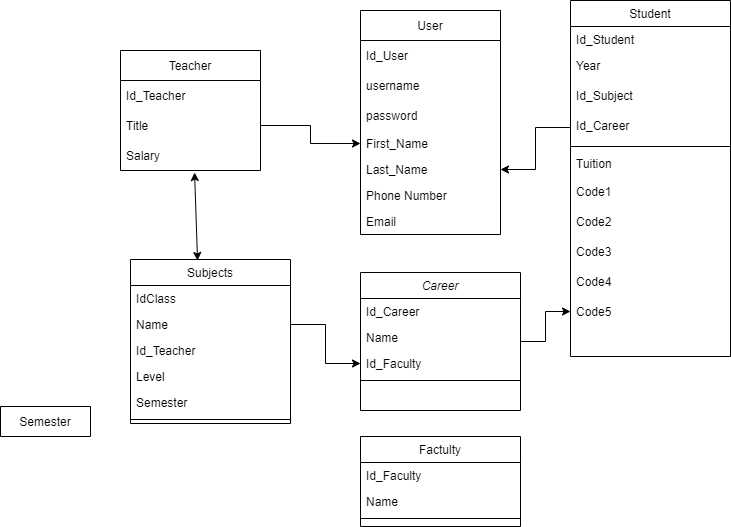
Earlier version of the draw.io export Untitled Diagram.drawio.png (GuilleAlvarado/draw). Source tidied: cells renumbered, new cells last; positions are measured from the earlier drawing's top-left corner, leaving out a move shared by most shapes.
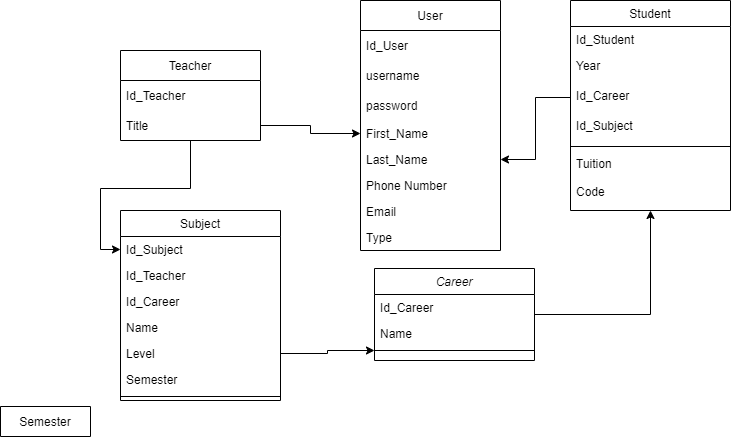
The same diagram one commit later.

What changed in the source:
```diff
@@ -2,11 +2,11 @@
   <root>
     <mxCell id="0" />
     <mxCell id="1" parent="0" />
-    <mxCell id="2" style="edgeStyle=orthogonalEdgeStyle;rounded=0;jettySize=auto;html=1;" parent="1" edge="1" source="3" target="30">
+    <mxCell id="2" style="edgeStyle=orthogonalEdgeStyle;rounded=0;jettySize=auto;html=1;entryX=0.5;entryY=1;entryDx=0;entryDy=0;" parent="1" edge="1" source="3" target="19">
       <mxGeometry relative="1" as="geometry" />
     </mxCell>
     <mxCell id="3" value="Career" style="swimlane;fontStyle=2;align=center;verticalAlign=top;horizontal=1;startSize=26;rounded=0;shadow=0;strokeWidth=1;" parent="1" vertex="1">
-      <mxGeometry x="360" y="272" width="160" height="138" as="geometry" />
+      <mxGeometry x="374" y="268" width="160" height="92" as="geometry" />
     </mxCell>
     <mxCell id="4" value="Id_Career" style="text;align=left;verticalAlign=top;spacingLeft=4;spacingRight=4;overflow=hidden;" parent="3" vertex="1">
       <mxGeometry y="26" width="160" height="26" as="geometry" />
@@ -14,47 +14,35 @@
     <mxCell id="5" value="Name" style="text;align=left;verticalAlign=top;spacingLeft=4;spacingRight=4;overflow=hidden;rounded=0;shadow=0;html=0;" parent="3" vertex="1">
       <mxGeometry y="52" width="160" height="26" as="geometry" />
     </mxCell>
-    <mxCell id="6" value="Id_Faculty" style="text;align=left;verticalAlign=top;spacingLeft=4;spacingRight=4;overflow=hidden;points=[[0,0.5],[1,0.5]];portConstraint=eastwest;rounded=0;shadow=0;html=0;" parent="3" vertex="1">
-      <mxGeometry y="78" width="160" height="26" as="geometry" />
-    </mxCell>
     <mxCell id="7" style="line;html=1;strokeWidth=1;align=left;verticalAlign=middle;spacingTop=-1;spacingLeft=3;spacingRight=3;labelPosition=right;points=[];portConstraint=eastwest;" parent="3" vertex="1">
-      <mxGeometry y="104" width="160" height="8" as="geometry" />
+      <mxGeometry y="78" width="160" height="8" as="geometry" />
     </mxCell>
-    <mxCell id="8" value="Factulty" style="swimlane;fontStyle=0;align=center;verticalAlign=top;horizontal=1;startSize=26;rounded=0;shadow=0;strokeWidth=1;" parent="1" vertex="1">
-      <mxGeometry x="360" y="436" width="160" height="90" as="geometry" />
-    </mxCell>
-    <mxCell id="9" value="Id_Faculty" style="text;align=left;verticalAlign=top;spacingLeft=4;spacingRight=4;overflow=hidden;" parent="8" vertex="1">
-      <mxGeometry y="26" width="160" height="26" as="geometry" />
-    </mxCell>
-    <mxCell id="10" value="Name" style="text;align=left;verticalAlign=top;spacingLeft=4;spacingRight=4;overflow=hidden;rounded=0;shadow=0;html=0;" parent="8" vertex="1">
-      <mxGeometry y="52" width="160" height="26" as="geometry" />
-    </mxCell>
-    <mxCell id="11" style="line;html=1;strokeWidth=1;align=left;verticalAlign=middle;spacingTop=-1;spacingLeft=3;spacingRight=3;labelPosition=right;" parent="8" vertex="1">
-      <mxGeometry y="78" width="160" height="8" as="geometry" />
-    </mxCell>
-    <mxCell id="12" value="Subjects" style="swimlane;fontStyle=0;align=center;verticalAlign=top;horizontal=1;startSize=26;rounded=0;shadow=0;strokeWidth=1;" parent="1" vertex="1">
-      <mxGeometry x="130" y="259" width="160" height="164" as="geometry" />
+    <mxCell id="12" value="Subject" style="swimlane;fontStyle=0;align=center;verticalAlign=top;horizontal=1;startSize=26;rounded=0;shadow=0;strokeWidth=1;" parent="1" vertex="1">
+      <mxGeometry x="120" y="210" width="160" height="190" as="geometry" />
     </mxCell>
-    <mxCell id="13" value="IdClass" style="text;align=left;verticalAlign=top;spacingLeft=4;spacingRight=4;overflow=hidden;points=[[0,0.5],[1,0.5]];portConstraint=eastwest;" parent="12" vertex="1">
+    <mxCell id="13" value="Id_Subject" style="text;align=left;verticalAlign=top;spacingLeft=4;spacingRight=4;overflow=hidden;points=[[0,0.5],[1,0.5]];portConstraint=eastwest;" parent="12" vertex="1">
       <mxGeometry y="26" width="160" height="26" as="geometry" />
     </mxCell>
+    <mxCell id="15" value="Id_Teacher" style="text;align=left;verticalAlign=top;spacingLeft=4;spacingRight=4;overflow=hidden;" parent="12" vertex="1">
+      <mxGeometry y="52" width="160" height="26" as="geometry" />
+    </mxCell>
-    <mxCell id="14" value="Name" style="text;align=left;verticalAlign=top;spacingLeft=4;spacingRight=4;overflow=hidden;points=[[0,0.5],[1,0.5]];portConstraint=eastwest;" parent="12" vertex="1">
-      <mxGeometry y="52" width="160" height="26" as="geometry" />
+    <mxCell id="14" value="Id_Career" style="text;align=left;verticalAlign=top;spacingLeft=4;spacingRight=4;overflow=hidden;points=[[0,0.5],[1,0.5]];portConstraint=eastwest;" parent="12" vertex="1">
+      <mxGeometry y="78" width="160" height="26" as="geometry" />
     </mxCell>
-    <mxCell id="15" value="Id_Teacher" style="text;align=left;verticalAlign=top;spacingLeft=4;spacingRight=4;overflow=hidden;" parent="12" vertex="1">
-      <mxGeometry y="78" width="160" height="26" as="geometry" />
-    </mxCell>
+    <mxCell id="10" value="Name" style="text;align=left;verticalAlign=top;spacingLeft=4;spacingRight=4;overflow=hidden;" parent="12" vertex="1">
+      <mxGeometry y="104" width="160" height="26" as="geometry" />
+    </mxCell>
     <mxCell id="16" value="Level" style="text;align=left;verticalAlign=top;spacingLeft=4;spacingRight=4;overflow=hidden;points=[[0,0.5],[1,0.5]];portConstraint=eastwest;" parent="12" vertex="1">
-      <mxGeometry y="104" width="160" height="26" as="geometry" />
+      <mxGeometry y="130" width="160" height="26" as="geometry" />
     </mxCell>
     <mxCell id="17" value="Semester" style="text;align=left;verticalAlign=top;spacingLeft=4;spacingRight=4;overflow=hidden;" parent="12" vertex="1">
-      <mxGeometry y="130" width="160" height="26" as="geometry" />
+      <mxGeometry y="156" width="160" height="26" as="geometry" />
     </mxCell>
     <mxCell id="18" style="line;html=1;strokeWidth=1;align=left;verticalAlign=middle;spacingTop=-1;spacingLeft=3;spacingRight=3;labelPosition=right;" parent="12" vertex="1">
-      <mxGeometry y="156" width="160" height="8" as="geometry" />
+      <mxGeometry y="182" width="160" height="8" as="geometry" />
     </mxCell>
     <mxCell id="19" value="Student" style="swimlane;fontStyle=0;align=center;verticalAlign=top;horizontal=1;startSize=26;rounded=0;shadow=0;strokeWidth=1;" parent="1" vertex="1">
-      <mxGeometry x="570" width="160" height="356" as="geometry" />
+      <mxGeometry x="570" width="160" height="210" as="geometry" />
     </mxCell>
     <mxCell id="20" value="Id_Student" style="text;align=left;verticalAlign=top;spacingLeft=4;spacingRight=4;overflow=hidden;" parent="19" vertex="1">
       <mxGeometry y="26" width="160" height="26" as="geometry" />
@@ -62,38 +50,26 @@
     <mxCell id="21" value="Year" style="text;align=left;verticalAlign=top;spacingLeft=4;spacingRight=4;overflow=hidden;rounded=0;shadow=0;html=0;" parent="19" vertex="1">
       <mxGeometry y="52" width="160" height="30" as="geometry" />
     </mxCell>
+    <mxCell id="23" value="Id_Career" style="text;align=left;verticalAlign=top;spacingLeft=4;spacingRight=4;overflow=hidden;points=[[0,0.5],[1,0.5]];portConstraint=eastwest;rounded=0;shadow=0;html=0;" parent="19" vertex="1">
+      <mxGeometry y="82" width="160" height="30" as="geometry" />
+    </mxCell>
     <mxCell id="22" value="Id_Subject" style="text;align=left;verticalAlign=top;spacingLeft=4;spacingRight=4;overflow=hidden;rounded=0;shadow=0;html=0;" parent="19" vertex="1">
-      <mxGeometry y="82" width="160" height="30" as="geometry" />
+      <mxGeometry y="112" width="160" height="30" as="geometry" />
     </mxCell>
-    <mxCell id="23" value="Id_Career" style="text;align=left;verticalAlign=top;spacingLeft=4;spacingRight=4;overflow=hidden;points=[[0,0.5],[1,0.5]];portConstraint=eastwest;rounded=0;shadow=0;html=0;" parent="19" vertex="1">
-      <mxGeometry y="112" width="160" height="30" as="geometry" />
-    </mxCell>
     <mxCell id="24" style="line;html=1;strokeWidth=1;align=left;verticalAlign=middle;spacingTop=-1;spacingLeft=3;spacingRight=3;labelPosition=right;" parent="19" vertex="1">
       <mxGeometry y="142" width="160" height="8" as="geometry" />
     </mxCell>
     <mxCell id="25" value="Tuition" style="text;align=left;verticalAlign=top;spacingLeft=4;spacingRight=4;overflow=hidden;" parent="19" vertex="1">
       <mxGeometry y="150" width="160" height="26" as="geometry" />
     </mxCell>
-    <mxCell id="26" value="Code1" style="text;strokeColor=none;fillColor=none;align=left;verticalAlign=middle;spacingLeft=4;spacingRight=4;overflow=hidden;" parent="19" vertex="1">
+    <mxCell id="26" value="Code" style="text;strokeColor=none;fillColor=none;align=left;verticalAlign=middle;spacingLeft=4;spacingRight=4;overflow=hidden;" parent="19" vertex="1">
       <mxGeometry y="176" width="160" height="30" as="geometry" />
     </mxCell>
-    <mxCell id="27" value="Code2" style="text;strokeColor=none;fillColor=none;align=left;verticalAlign=middle;spacingLeft=4;spacingRight=4;overflow=hidden;" parent="19" vertex="1">
-      <mxGeometry y="206" width="160" height="30" as="geometry" />
-    </mxCell>
-    <mxCell id="28" value="Code3" style="text;strokeColor=none;fillColor=none;align=left;verticalAlign=middle;spacingLeft=4;spacingRight=4;overflow=hidden;" parent="19" vertex="1">
-      <mxGeometry y="236" width="160" height="30" as="geometry" />
-    </mxCell>
-    <mxCell id="29" value="Code4" style="text;strokeColor=none;fillColor=none;align=left;verticalAlign=middle;spacingLeft=4;spacingRight=4;overflow=hidden;" parent="19" vertex="1">
-      <mxGeometry y="266" width="160" height="30" as="geometry" />
-    </mxCell>
-    <mxCell id="30" value="Code5" style="text;strokeColor=none;fillColor=none;align=left;verticalAlign=middle;spacingLeft=4;spacingRight=4;overflow=hidden;points=[[0,0.5],[1,0.5]];portConstraint=eastwest;" parent="19" vertex="1">
-      <mxGeometry y="296" width="160" height="30" as="geometry" />
-    </mxCell>
     <mxCell id="31" value="Semester" style="swimlane;fontStyle=0;horizontal=1;startSize=30;" parent="1" vertex="1" collapsed="1">
       <mxGeometry y="406" width="90" height="30" as="geometry" />
     </mxCell>
     <mxCell id="32" value="User" style="swimlane;fontStyle=0;horizontal=1;startSize=30;" parent="1" vertex="1">
-      <mxGeometry x="360" y="10" width="140" height="224" as="geometry" />
+      <mxGeometry x="360" width="140" height="250" as="geometry" />
     </mxCell>
     <mxCell id="33" value="Id_User" style="text;strokeColor=none;fillColor=none;align=left;verticalAlign=middle;spacingLeft=4;spacingRight=4;overflow=hidden;" parent="32" vertex="1">
       <mxGeometry y="30" width="140" height="30" as="geometry" />
@@ -116,8 +92,14 @@
     <mxCell id="39" value="Email" style="text;align=left;verticalAlign=top;spacingLeft=4;spacingRight=4;overflow=hidden;rounded=0;shadow=0;html=0;" parent="32" vertex="1">
       <mxGeometry y="198" width="140" height="26" as="geometry" />
     </mxCell>
+    <mxCell id="48" value="Type" style="text;align=left;verticalAlign=top;spacingLeft=4;spacingRight=4;overflow=hidden;rounded=0;shadow=0;html=0;" parent="32" vertex="1">
+      <mxGeometry y="224" width="140" height="26" as="geometry" />
+    </mxCell>
+    <mxCell id="49" style="edgeStyle=orthogonalEdgeStyle;rounded=0;jettySize=auto;html=1;" parent="1" edge="1" source="40" target="13">
+      <mxGeometry relative="1" as="geometry" />
+    </mxCell>
     <mxCell id="40" value="Teacher" style="swimlane;fontStyle=0;horizontal=1;startSize=30;" parent="1" vertex="1">
-      <mxGeometry x="120" y="50" width="140" height="120" as="geometry" />
+      <mxGeometry x="120" y="50" width="140" height="90" as="geometry" />
     </mxCell>
     <mxCell id="41" value="Id_Teacher" style="text;strokeColor=none;fillColor=none;align=left;verticalAlign=middle;spacingLeft=4;spacingRight=4;overflow=hidden;" parent="40" vertex="1">
       <mxGeometry y="30" width="140" height="30" as="geometry" />
@@ -125,20 +107,14 @@
     <mxCell id="42" value="Title" style="text;strokeColor=none;fillColor=none;align=left;verticalAlign=middle;spacingLeft=4;spacingRight=4;overflow=hidden;points=[[0,0.5],[1,0.5]];portConstraint=eastwest;" parent="40" vertex="1">
       <mxGeometry y="60" width="140" height="30" as="geometry" />
     </mxCell>
-    <mxCell id="43" value="Salary" style="text;strokeColor=none;fillColor=none;align=left;verticalAlign=middle;spacingLeft=4;spacingRight=4;overflow=hidden;points=[[0,0.5],[1,0.5]];portConstraint=eastwest;" parent="40" vertex="1">
-      <mxGeometry y="90" width="140" height="30" as="geometry" />
-    </mxCell>
     <mxCell id="44" style="edgeStyle=orthogonalEdgeStyle;rounded=0;jettySize=auto;html=1;" parent="1" edge="1" source="42" target="36">
       <mxGeometry relative="1" as="geometry" />
     </mxCell>
-    <mxCell id="45" style="edgeStyle=orthogonalEdgeStyle;rounded=0;jettySize=auto;html=1;" parent="1" edge="1" source="14" target="6">
-      <mxGeometry relative="1" as="geometry" />
-    </mxCell>
     <mxCell id="46" style="edgeStyle=orthogonalEdgeStyle;rounded=0;jettySize=auto;html=1;" parent="1" edge="1" source="23" target="37">
       <mxGeometry relative="1" as="geometry" />
     </mxCell>
-    <mxCell id="47" style="endArrow=classic;startArrow=classic;html=1;rounded=0;entryX=0.529;entryY=1.067;entryDx=0;entryDy=0;entryPerimeter=0;exitX=0.419;exitY=0.006;exitDx=0;exitDy=0;exitPerimeter=0;" parent="1" edge="1" source="12" target="43">
-      <mxGeometry relative="1" as="geometry" />
-    </mxCell>
+    <mxCell id="50" style="edgeStyle=orthogonalEdgeStyle;rounded=0;jettySize=auto;html=1;" parent="1" edge="1" source="16" target="7">
+      <mxGeometry relative="1" as="geometry" />
+    </mxCell>
   </root>
 </mxGraphModel>
```
